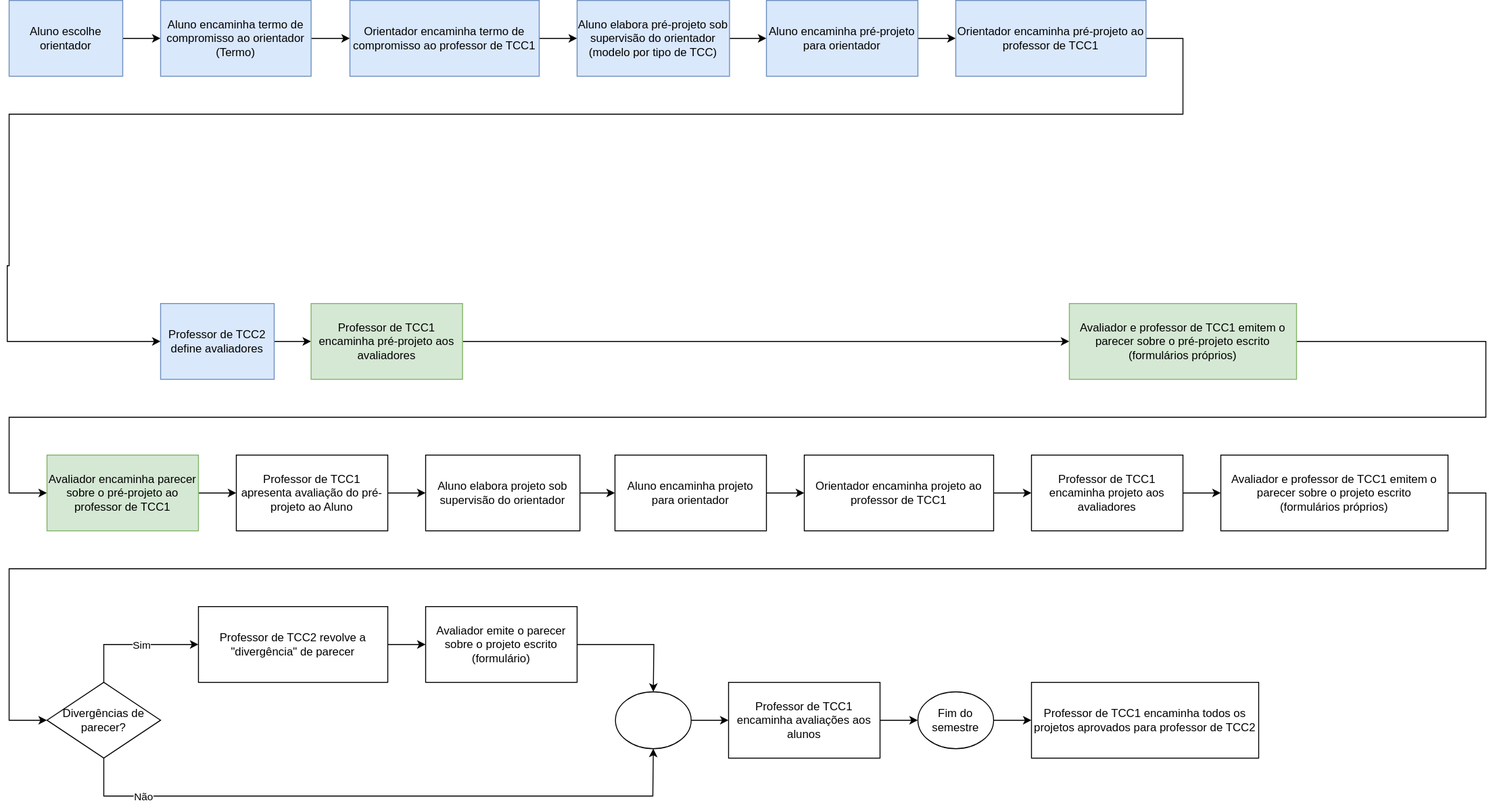
dalton-reis/disciplina_TCC1_Privado keeps this draw.io diagram as _SIS/Cronogramas/cronogramaFluxograma.drawio.svg. Above is the earlier version. Source tidied: cells renumbered, new cells last; positions are measured from the earlier drawing's top-left corner, leaving out a move shared by most shapes.
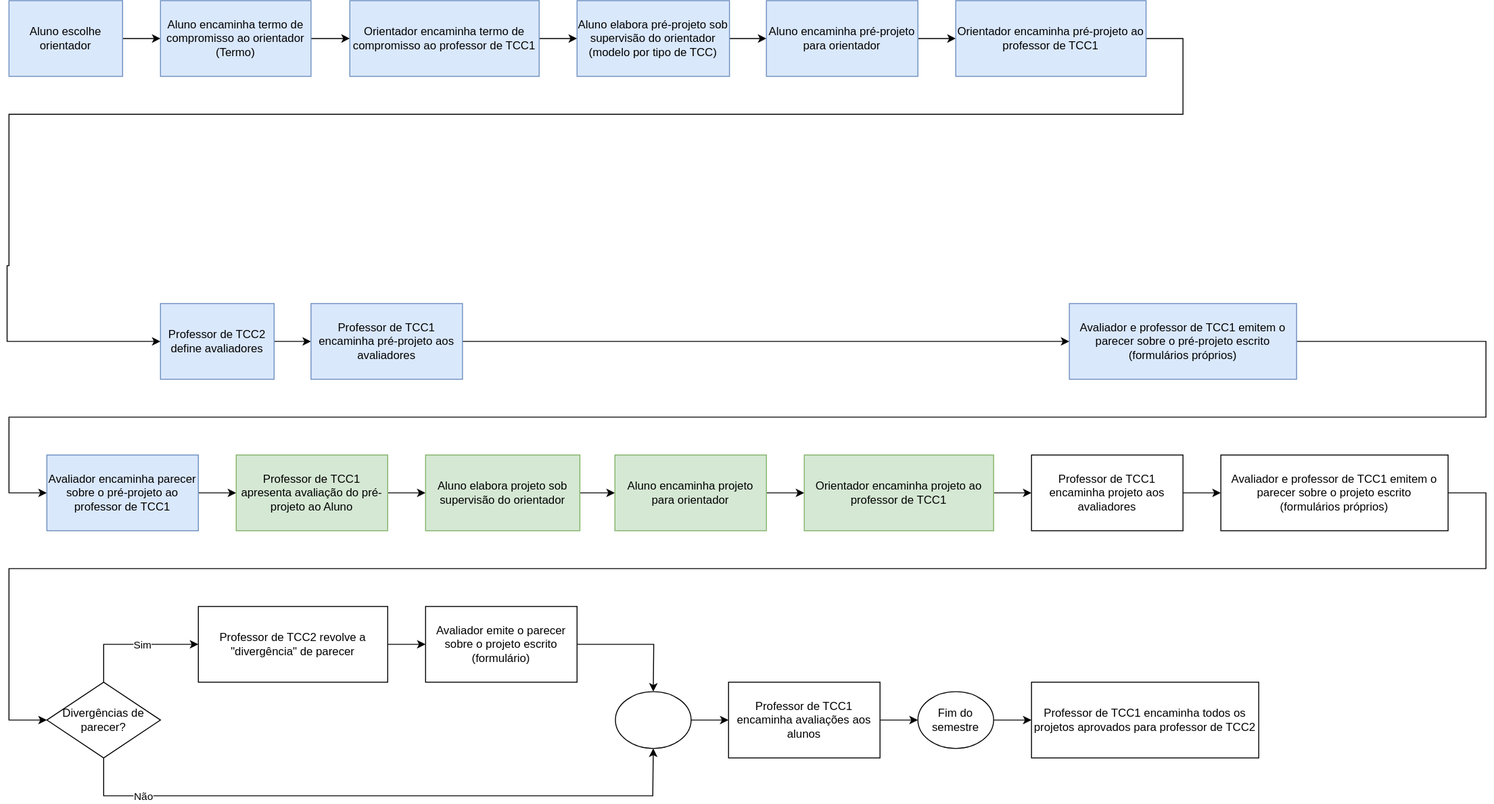
The same diagram one commit later.

Change to the diagram source:
```diff
@@ -66,40 +66,40 @@
     <mxCell id="17" style="edgeStyle=orthogonalEdgeStyle;rounded=0;jettySize=auto;html=1;fontColor=#000000;" parent="1" edge="1" source="18" target="19">
       <mxGeometry relative="1" as="geometry" />
     </mxCell>
-    <mxCell id="18" value="Professor de TCC1 encaminha pré-projeto aos avaliadores" style="whiteSpace=wrap;html=1;fillColor=#d5e8d4;strokeColor=#82b366;" parent="1" vertex="1">
+    <mxCell id="18" value="Professor de TCC1 encaminha pré-projeto aos avaliadores" style="whiteSpace=wrap;html=1;fillColor=#dae8fc;strokeColor=#6c8ebf;" parent="1" vertex="1">
       <mxGeometry x="321" y="320" width="160" height="80" as="geometry" />
     </mxCell>
-    <mxCell id="19" value="Avaliador e professor de TCC1 emitem o parecer sobre o pré-projeto escrito&lt;br&gt;(formulários próprios)" style="whiteSpace=wrap;html=1;fillColor=#d5e8d4;strokeColor=#82b366;" parent="1" vertex="1">
+    <mxCell id="19" value="Avaliador e professor de TCC1 emitem o parecer sobre o pré-projeto escrito&lt;br&gt;(formulários próprios)" style="whiteSpace=wrap;html=1;fillColor=#dae8fc;strokeColor=#6c8ebf;" parent="1" vertex="1">
       <mxGeometry x="1122" y="320" width="240" height="80" as="geometry" />
     </mxCell>
     <mxCell id="20" style="edgeStyle=orthogonalEdgeStyle;rounded=0;jettySize=auto;html=1;fontColor=#000000;" parent="1" edge="1" source="21" target="23">
       <mxGeometry relative="1" as="geometry" />
     </mxCell>
-    <mxCell id="21" value="Avaliador encaminha parecer sobre o pré-projeto ao professor de TCC1" style="whiteSpace=wrap;html=1;fillColor=#d5e8d4;strokeColor=#82b366;" parent="1" vertex="1">
+    <mxCell id="21" value="Avaliador encaminha parecer sobre o pré-projeto ao professor de TCC1" style="whiteSpace=wrap;html=1;fillColor=#dae8fc;strokeColor=#6c8ebf;" parent="1" vertex="1">
       <mxGeometry x="42" y="480" width="160" height="80" as="geometry" />
     </mxCell>
     <mxCell id="22" style="edgeStyle=orthogonalEdgeStyle;rounded=0;jettySize=auto;html=1;fontColor=#000000;" parent="1" edge="1" source="23" target="25">
       <mxGeometry relative="1" as="geometry" />
     </mxCell>
-    <mxCell id="23" value="Professor de TCC1 apresenta avaliação do pré-projeto ao Aluno" style="whiteSpace=wrap;html=1;fillColor=none;strokeColor=default;fontColor=#000000;" parent="1" vertex="1">
+    <mxCell id="23" value="Professor de TCC1 apresenta avaliação do pré-projeto ao Aluno" style="whiteSpace=wrap;html=1;fillColor=#d5e8d4;strokeColor=#82b366;" parent="1" vertex="1">
       <mxGeometry x="242" y="480" width="160" height="80" as="geometry" />
     </mxCell>
     <mxCell id="24" style="edgeStyle=orthogonalEdgeStyle;rounded=0;jettySize=auto;html=1;fontColor=#000000;" parent="1" edge="1" source="25" target="27">
       <mxGeometry relative="1" as="geometry" />
     </mxCell>
-    <mxCell id="25" value="Aluno elabora projeto sob supervisão do orientador" style="whiteSpace=wrap;html=1;fontColor=#000000;fillColor=none;" parent="1" vertex="1">
+    <mxCell id="25" value="Aluno elabora projeto sob supervisão do orientador" style="whiteSpace=wrap;html=1;fillColor=#d5e8d4;strokeColor=#82b366;" parent="1" vertex="1">
       <mxGeometry x="442" y="480" width="163" height="80" as="geometry" />
     </mxCell>
     <mxCell id="26" style="edgeStyle=orthogonalEdgeStyle;rounded=0;jettySize=auto;html=1;fontColor=#000000;" parent="1" edge="1" source="27" target="29">
       <mxGeometry relative="1" as="geometry" />
     </mxCell>
-    <mxCell id="27" value="Aluno encaminha projeto para orientador" style="whiteSpace=wrap;html=1;fontColor=#000000;fillColor=none;" parent="1" vertex="1">
+    <mxCell id="27" value="Aluno encaminha projeto para orientador" style="whiteSpace=wrap;html=1;fillColor=#d5e8d4;strokeColor=#82b366;" parent="1" vertex="1">
       <mxGeometry x="642" y="480" width="160" height="80" as="geometry" />
     </mxCell>
     <mxCell id="28" style="edgeStyle=orthogonalEdgeStyle;rounded=0;jettySize=auto;html=1;fontColor=#000000;" parent="1" edge="1" source="29" target="31">
       <mxGeometry relative="1" as="geometry" />
     </mxCell>
-    <mxCell id="29" value="Orientador encaminha projeto ao professor de TCC1" style="whiteSpace=wrap;html=1;fontColor=#000000;fillColor=none;" parent="1" vertex="1">
+    <mxCell id="29" value="Orientador encaminha projeto ao professor de TCC1" style="whiteSpace=wrap;html=1;fillColor=#d5e8d4;strokeColor=#82b366;" parent="1" vertex="1">
       <mxGeometry x="842" y="480" width="200" height="80" as="geometry" />
     </mxCell>
     <mxCell id="30" style="edgeStyle=orthogonalEdgeStyle;rounded=0;jettySize=auto;html=1;fontColor=#000000;" parent="1" edge="1" source="31" target="33">
```
